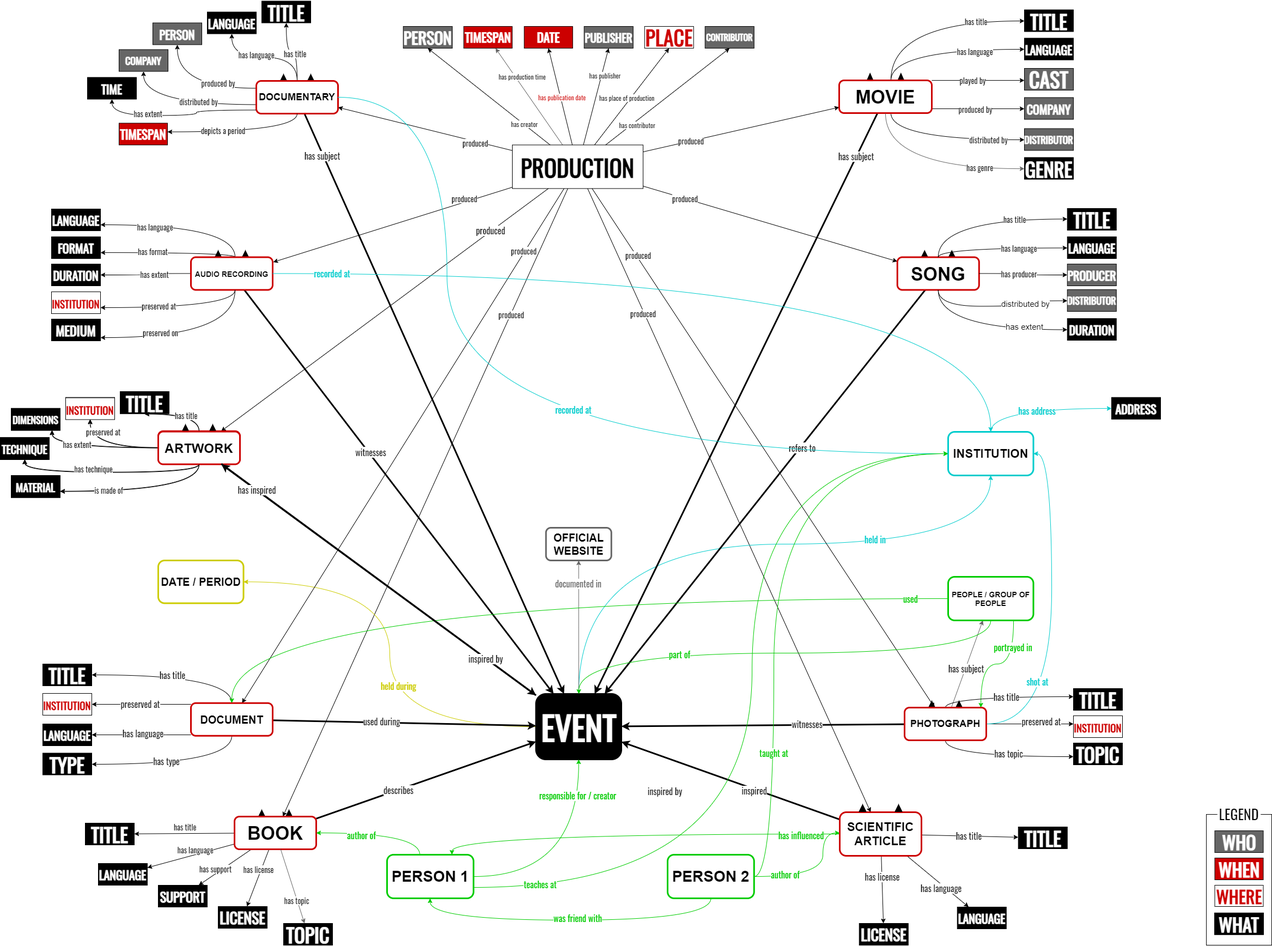
Before: assets/img/lucifer/SPE_Theoretical_Model_2.png, a diagram exported from draw.io (lauratravaglini/spelod.github.io). Source tidied: cells renumbered, new cells last; positions are measured from the earlier drawing's top-left corner, leaving out a move shared by most shapes.
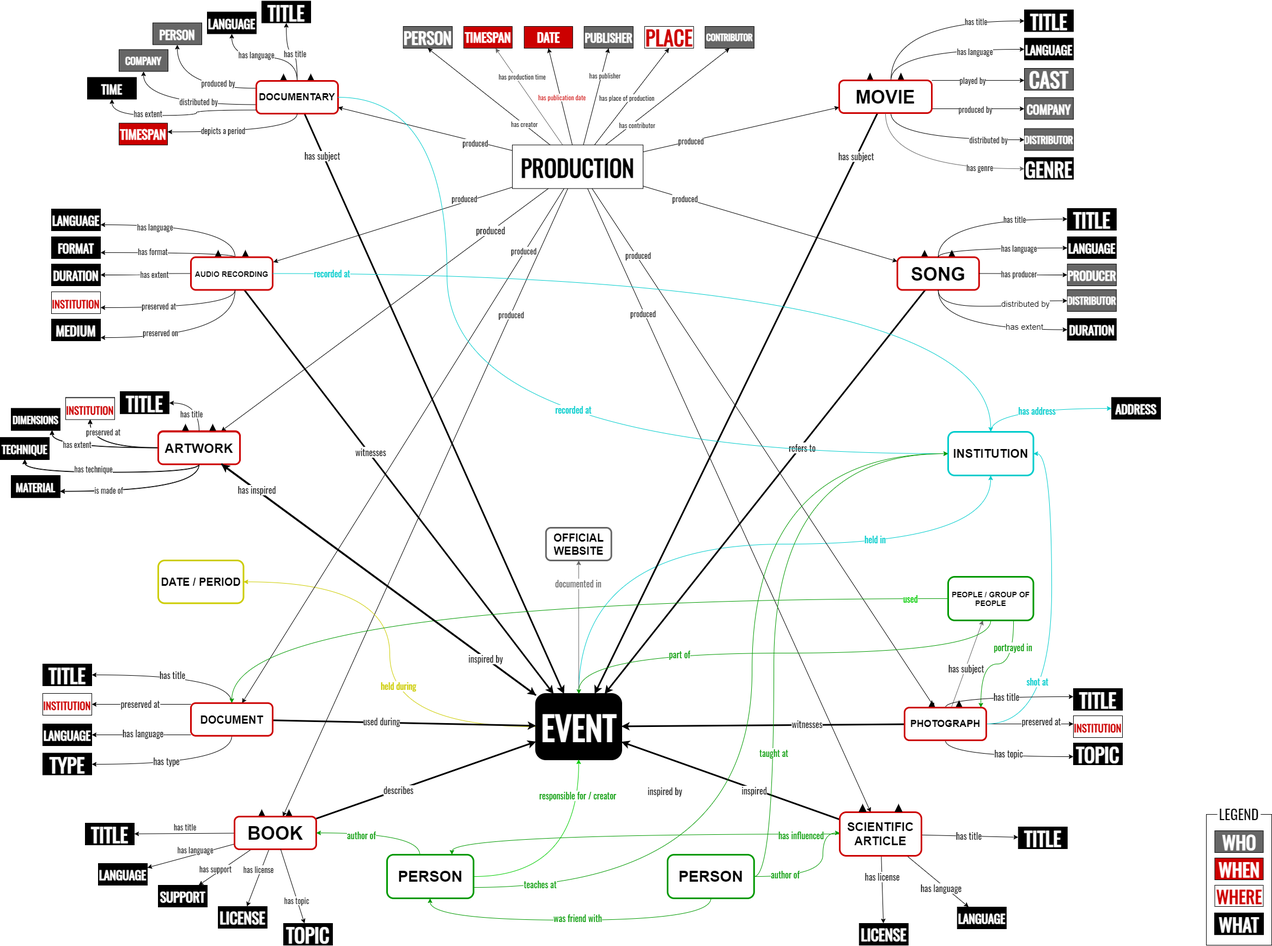
The same file after the commit.

Diff of the diagram source:
```diff
@@ -457,18 +457,6 @@
     <mxCell id="107" value="&lt;font style=&quot;font-size: 36px&quot;&gt;TITLE&lt;/font&gt;" style="rounded=0;whiteSpace=wrap;html=1;sketch=0;fontSize=36;fillStyle=auto;fontStyle=1;fontColor=#FFFFFF;fillColor=#000000;fontFamily=Oswald;fontSource=https%3A%2F%2Ffonts.googleapis.com%2Fcss%3Ffamily%3DOswald;" parent="1" vertex="1">
       <mxGeometry x="220" y="716" width="90" height="40" as="geometry" />
     </mxCell>
-    <mxCell id="108" style="edgeStyle=orthogonalEdgeStyle;rounded=0;jettySize=auto;html=1;fontSize=20;fontColor=#000000;curved=1;" parent="1" edge="1" source="189" target="107">
-      <mxGeometry relative="1" as="geometry">
-        <Array as="points">
-          <mxPoint x="365" y="756.8" />
-        </Array>
-      </mxGeometry>
-    </mxCell>
-    <mxCell id="109" value="has title" style="edgeLabel;html=1;align=center;verticalAlign=middle;fontSize=14;fontColor=#000000;fontFamily=Oswald;" parent="108" vertex="1">
-      <mxGeometry x="-0.18" y="1" relative="1" as="geometry">
-        <mxPoint x="-2" y="1" as="offset" />
-      </mxGeometry>
-    </mxCell>
     <mxCell id="110" value="&lt;font style=&quot;font-size: 19px;&quot;&gt;INSTITUTION&lt;/font&gt;" style="rounded=0;whiteSpace=wrap;html=1;sketch=0;fontSize=22;fillStyle=auto;fontStyle=1;fontColor=#CC0000;fillColor=#FFFFFF;fontFamily=Oswald;fontSource=https%3A%2F%2Ffonts.googleapis.com%2Fcss%3Ffamily%3DOswald;" parent="1" vertex="1">
       <mxGeometry x="1970" y="1311" width="90" height="40" as="geometry" />
     </mxCell>
@@ -919,13 +907,13 @@
     <mxCell id="219" style="edgeStyle=orthogonalEdgeStyle;rounded=0;jettySize=auto;html=1;fontSize=20;fontColor=#000000;curved=1;" parent="1" edge="1" source="225" target="218">
       <mxGeometry relative="1" as="geometry">
         <Array as="points">
-          <mxPoint x="365" y="757.5" />
+          <mxPoint x="365" y="737" />
         </Array>
       </mxGeometry>
     </mxCell>
     <mxCell id="220" value="has title" style="edgeLabel;html=1;align=center;verticalAlign=middle;fontSize=14;fontColor=#000000;fontFamily=Oswald;" parent="219" vertex="1">
       <mxGeometry x="-0.18" y="1" relative="1" as="geometry">
-        <mxPoint x="-2" y="1" as="offset" />
+        <mxPoint x="-14" y="11" as="offset" />
       </mxGeometry>
     </mxCell>
     <mxCell id="221" value="&lt;font style=&quot;font-size: 34px;&quot;&gt;WHAT&lt;/font&gt;" style="rounded=0;whiteSpace=wrap;html=1;sketch=0;fontSize=34;fillStyle=auto;fontStyle=1;fontColor=#FFFFFF;fillColor=#000000;fontFamily=Oswald;fontSource=https%3A%2F%2Ffonts.googleapis.com%2Fcss%3Ffamily%3DOswald;" parent="1" vertex="1">
@@ -958,7 +946,7 @@
         <mxPoint x="26" y="-4" as="offset" />
       </mxGeometry>
     </mxCell>
-    <mxCell id="229" style="edgeStyle=orthogonalEdgeStyle;curved=1;rounded=0;jettySize=auto;html=1;fontSize=28;fontColor=#00CC00;strokeWidth=1;strokeColor=#00cc00;" parent="1" edge="1" source="233" target="204">
+    <mxCell id="229" style="edgeStyle=orthogonalEdgeStyle;curved=1;rounded=0;jettySize=auto;html=1;fontSize=28;fontColor=#00CC00;strokeWidth=1;strokeColor=#009900;" parent="1" edge="1" source="233" target="204">
       <mxGeometry relative="1" as="geometry" />
     </mxCell>
     <mxCell id="230" value="used" style="edgeLabel;html=1;align=center;verticalAlign=middle;fontSize=16;fontFamily=Oswald;fontColor=#00cc00;" parent="229" vertex="1">
@@ -966,7 +954,7 @@
         <mxPoint x="28" as="offset" />
       </mxGeometry>
     </mxCell>
-    <mxCell id="231" style="edgeStyle=orthogonalEdgeStyle;curved=1;rounded=0;jettySize=auto;html=1;fontSize=16;fontColor=#00cc00;strokeColor=#00cc00;strokeWidth=1;" parent="1" edge="1" source="233" target="40">
+    <mxCell id="231" style="edgeStyle=orthogonalEdgeStyle;curved=1;rounded=0;jettySize=auto;html=1;fontSize=16;fontColor=#00cc00;strokeWidth=1;strokeColor=#009900;" parent="1" edge="1" source="233" target="40">
       <mxGeometry relative="1" as="geometry">
         <Array as="points">
           <mxPoint x="1818" y="1196" />
@@ -974,23 +962,23 @@
         </Array>
       </mxGeometry>
     </mxCell>
-    <mxCell id="232" value="part of" style="edgeLabel;html=1;align=center;verticalAlign=middle;fontSize=16;fontColor=#00cc00;fontFamily=Oswald;" parent="231" vertex="1">
+    <mxCell id="232" value="part of" style="edgeLabel;html=1;align=center;verticalAlign=middle;fontSize=16;fontFamily=Oswald;fontColor=#009900;" parent="231" vertex="1">
       <mxGeometry x="0.42" y="2" relative="1" as="geometry">
         <mxPoint x="1" as="offset" />
       </mxGeometry>
     </mxCell>
-    <mxCell id="233" value="&lt;b&gt;&lt;font style=&quot;font-size: 14px&quot;&gt;PEOPLE / GROUP OF PEOPLE&lt;/font&gt;&lt;/b&gt;" style="rounded=1;whiteSpace=wrap;html=1;strokeWidth=3;fillColor=#FFFFFF;strokeColor=#00CC00;" parent="1" vertex="1">
+    <mxCell id="233" value="&lt;b&gt;&lt;font style=&quot;font-size: 14px&quot;&gt;PEOPLE / GROUP OF PEOPLE&lt;/font&gt;&lt;/b&gt;" style="rounded=1;whiteSpace=wrap;html=1;strokeWidth=3;fillColor=#FFFFFF;strokeColor=#009900;" parent="1" vertex="1">
       <mxGeometry x="1740" y="1056" width="156.5" height="80" as="geometry" />
     </mxCell>
     <mxCell id="234" style="edgeStyle=orthogonalEdgeStyle;curved=1;rounded=0;jettySize=auto;html=1;fontSize=24;strokeWidth=1;fontColor=#00CC00;strokeColor=#00CC00;" parent="1" edge="1" source="242" target="40">
       <mxGeometry relative="1" as="geometry" />
     </mxCell>
-    <mxCell id="235" value="responsible for / creator" style="edgeLabel;html=1;align=center;verticalAlign=middle;fontSize=16;fontColor=#00cc00;fontFamily=Oswald;" parent="234" vertex="1">
+    <mxCell id="235" value="responsible for / creator" style="edgeLabel;html=1;align=center;verticalAlign=middle;fontSize=16;fontFamily=Oswald;fontColor=#009900;" parent="234" vertex="1">
       <mxGeometry x="0.2" y="-3" relative="1" as="geometry">
         <mxPoint x="-5" y="-96" as="offset" />
       </mxGeometry>
     </mxCell>
-    <mxCell id="236" style="edgeStyle=orthogonalEdgeStyle;curved=1;rounded=0;jettySize=auto;html=1;fontSize=24;fontColor=#00CC00;strokeColor=#00CC00;strokeWidth=1;" parent="1" edge="1" source="242" target="246">
+    <mxCell id="236" style="edgeStyle=orthogonalEdgeStyle;curved=1;rounded=0;jettySize=auto;html=1;fontSize=24;fontColor=#00CC00;strokeWidth=1;strokeColor=#009900;" parent="1" edge="1" source="242" target="246">
       <mxGeometry relative="1" as="geometry">
         <Array as="points">
           <mxPoint x="1380" y="1626" />
@@ -998,22 +986,22 @@
         </Array>
       </mxGeometry>
     </mxCell>
-    <mxCell id="237" value="teaches at" style="edgeLabel;html=1;align=center;verticalAlign=middle;fontSize=16;fontColor=#00cc00;fontFamily=Oswald;" parent="236" vertex="1">
+    <mxCell id="237" value="teaches at" style="edgeLabel;html=1;align=center;verticalAlign=middle;fontSize=16;fontFamily=Oswald;fontColor=#009900;" parent="236" vertex="1">
       <mxGeometry x="-0.81" y="28" relative="1" as="geometry">
         <mxPoint x="-37" y="22" as="offset" />
       </mxGeometry>
     </mxCell>
-    <mxCell id="238" style="edgeStyle=orthogonalEdgeStyle;curved=1;rounded=0;jettySize=auto;html=1;fontSize=24;fontColor=#00CC00;strokeColor=#00CC00;strokeWidth=1;" parent="1" edge="1" source="242" target="208">
+    <mxCell id="238" style="edgeStyle=orthogonalEdgeStyle;curved=1;rounded=0;jettySize=auto;html=1;fontSize=24;fontColor=#00CC00;strokeWidth=1;strokeColor=#009900;" parent="1" edge="1" source="242" target="208">
       <mxGeometry relative="1" as="geometry">
         <Array as="points">
           <mxPoint x="770" y="1526" />
         </Array>
       </mxGeometry>
     </mxCell>
-    <mxCell id="239" value="author of" style="edgeLabel;html=1;align=center;verticalAlign=middle;fontSize=16;fontColor=#00cc00;fontFamily=Oswald;" parent="238" vertex="1">
+    <mxCell id="239" value="author of" style="edgeLabel;html=1;align=center;verticalAlign=middle;fontSize=16;fontFamily=Oswald;fontColor=#009900;" parent="238" vertex="1">
       <mxGeometry x="0.29" y="4" relative="1" as="geometry" />
     </mxCell>
-    <mxCell id="240" style="edgeStyle=orthogonalEdgeStyle;curved=1;rounded=0;jettySize=auto;html=1;fontSize=16;fontColor=#00CCcc;strokeColor=#00CC00;strokeWidth=1;" parent="1" edge="1" source="262" target="242">
+    <mxCell id="240" style="edgeStyle=orthogonalEdgeStyle;curved=1;rounded=0;jettySize=auto;html=1;fontSize=16;fontColor=#00CCcc;strokeWidth=1;strokeColor=#009900;" parent="1" edge="1" source="262" target="242">
       <mxGeometry relative="1" as="geometry">
         <Array as="points">
           <mxPoint x="1304" y="1686" />
@@ -1021,12 +1009,12 @@
         </Array>
       </mxGeometry>
     </mxCell>
-    <mxCell id="241" value="was friend with" style="edgeLabel;html=1;align=center;verticalAlign=middle;fontSize=16;fontColor=#00cc00;fontFamily=Oswald;" parent="240" vertex="1">
+    <mxCell id="241" value="was friend with" style="edgeLabel;html=1;align=center;verticalAlign=middle;fontSize=16;fontFamily=Oswald;fontColor=#009900;" parent="240" vertex="1">
       <mxGeometry x="0.1" relative="1" as="geometry">
         <mxPoint x="42" y="-4" as="offset" />
       </mxGeometry>
     </mxCell>
-    <mxCell id="242" value="PERSON 1" style="rounded=1;whiteSpace=wrap;html=1;strokeWidth=3;fillColor=#FFFFFF;fontStyle=1;fontSize=28;strokeColor=#00CC00;" parent="1" vertex="1">
+    <mxCell id="242" value="PERSON" style="rounded=1;whiteSpace=wrap;html=1;strokeWidth=3;fillColor=#FFFFFF;fontStyle=1;fontSize=28;strokeColor=#009900;" parent="1" vertex="1">
       <mxGeometry x="710" y="1566" width="158.8" height="80" as="geometry" />
     </mxCell>
     <mxCell id="243" value="DATE / PERIOD" style="rounded=1;whiteSpace=wrap;html=1;strokeWidth=3;fillColor=#FFFFFF;strokeColor=#CCCC00;fontStyle=1;fontSize=20;" parent="1" vertex="1">
@@ -1054,10 +1042,10 @@
     <mxCell id="249" value="&lt;font style=&quot;font-size: 22px&quot;&gt;ADDRESS&lt;/font&gt;" style="rounded=0;whiteSpace=wrap;html=1;sketch=0;fontSize=22;fillStyle=auto;fontStyle=1;fontColor=#FFFFFF;fillColor=#000000;fontFamily=Oswald;fontSource=https%3A%2F%2Ffonts.googleapis.com%2Fcss%3Ffamily%3DOswald;" parent="1" vertex="1">
       <mxGeometry x="2040" y="726.8" width="90" height="40" as="geometry" />
     </mxCell>
-    <mxCell id="250" style="edgeStyle=orthogonalEdgeStyle;curved=1;rounded=0;jettySize=auto;html=1;fontSize=16;fontColor=#00CC00;strokeColor=#00CC00;strokeWidth=1;entryX=0.75;entryY=0;entryDx=0;entryDy=0;" parent="1" edge="1" source="282" target="242">
+    <mxCell id="250" style="edgeStyle=orthogonalEdgeStyle;curved=1;rounded=0;jettySize=auto;html=1;fontSize=16;fontColor=#00CC00;strokeWidth=1;entryX=0.75;entryY=0;entryDx=0;entryDy=0;strokeColor=#009900;" parent="1" edge="1" source="282" target="242">
       <mxGeometry relative="1" as="geometry" />
     </mxCell>
-    <mxCell id="251" value="has influenced" style="edgeLabel;html=1;align=center;verticalAlign=middle;fontSize=16;fontColor=#00cc00;fontFamily=Oswald;" parent="250" vertex="1">
+    <mxCell id="251" value="has influenced" style="edgeLabel;html=1;align=center;verticalAlign=middle;fontSize=16;fontFamily=Oswald;fontColor=#009900;" parent="250" vertex="1">
       <mxGeometry x="-0.66" y="1" relative="1" as="geometry">
         <mxPoint x="58" y="1" as="offset" />
       </mxGeometry>
@@ -1092,7 +1080,7 @@
     <mxCell id="257" value="recorded at" style="edgeLabel;html=1;align=center;verticalAlign=middle;fontSize=16;fontColor=#00CCcc;fontFamily=Oswald;" parent="256" vertex="1">
       <mxGeometry x="0.22" y="81" relative="1" as="geometry" />
     </mxCell>
-    <mxCell id="258" style="edgeStyle=orthogonalEdgeStyle;curved=1;rounded=0;jettySize=auto;html=1;entryX=0;entryY=0.5;entryDx=0;entryDy=0;fontSize=16;fontColor=#00CCcc;strokeWidth=1;strokeColor=#00CC00;" parent="1" edge="1" source="262" target="246">
+    <mxCell id="258" style="edgeStyle=orthogonalEdgeStyle;curved=1;rounded=0;jettySize=auto;html=1;entryX=0;entryY=0.5;entryDx=0;entryDy=0;fontSize=16;fontColor=#00CCcc;strokeWidth=1;strokeColor=#009900;" parent="1" edge="1" source="262" target="246">
       <mxGeometry relative="1" as="geometry">
         <Array as="points">
           <mxPoint x="1420" y="1606" />
@@ -1100,10 +1088,10 @@
         </Array>
       </mxGeometry>
     </mxCell>
-    <mxCell id="259" value="taught at" style="edgeLabel;html=1;align=center;verticalAlign=middle;fontSize=16;fontColor=#00cc00;fontFamily=Oswald;" parent="258" vertex="1">
+    <mxCell id="259" value="taught at" style="edgeLabel;html=1;align=center;verticalAlign=middle;fontSize=16;fontFamily=Oswald;fontColor=#009900;" parent="258" vertex="1">
       <mxGeometry x="-0.54" y="1" relative="1" as="geometry" />
     </mxCell>
-    <mxCell id="260" style="edgeStyle=orthogonalEdgeStyle;curved=1;rounded=0;jettySize=auto;html=1;fontSize=16;fontColor=#00CCcc;strokeColor=#00CC00;strokeWidth=1;" parent="1" edge="1" source="262" target="282">
+    <mxCell id="260" style="edgeStyle=orthogonalEdgeStyle;curved=1;rounded=0;jettySize=auto;html=1;fontSize=16;fontColor=#00CCcc;strokeWidth=1;strokeColor=#009900;" parent="1" edge="1" source="262" target="282">
       <mxGeometry relative="1" as="geometry">
         <Array as="points">
           <mxPoint x="1510" y="1606" />
@@ -1111,15 +1099,15 @@
         </Array>
       </mxGeometry>
     </mxCell>
-    <mxCell id="261" value="author of" style="edgeLabel;html=1;align=center;verticalAlign=middle;fontSize=16;fontColor=#00cc00;fontFamily=Oswald;" parent="260" vertex="1">
+    <mxCell id="261" value="author of" style="edgeLabel;html=1;align=center;verticalAlign=middle;fontSize=16;fontFamily=Oswald;fontColor=#009900;" parent="260" vertex="1">
       <mxGeometry x="-0.68" y="4" relative="1" as="geometry">
         <mxPoint x="19" as="offset" />
       </mxGeometry>
     </mxCell>
-    <mxCell id="262" value="PERSON 2" style="rounded=1;whiteSpace=wrap;html=1;strokeWidth=3;fillColor=#FFFFFF;fontStyle=1;fontSize=28;strokeColor=#00CC00;" parent="1" vertex="1">
+    <mxCell id="262" value="PERSON" style="rounded=1;whiteSpace=wrap;html=1;strokeWidth=3;fillColor=#FFFFFF;fontStyle=1;fontSize=28;strokeColor=#009900;" parent="1" vertex="1">
       <mxGeometry x="1225" y="1566" width="158.8" height="80" as="geometry" />
     </mxCell>
-    <mxCell id="263" style="edgeStyle=orthogonalEdgeStyle;curved=1;rounded=0;jettySize=auto;html=1;fontSize=16;fontColor=#00CCcc;strokeColor=#00CC00;strokeWidth=1;" parent="1" edge="1" source="233" target="277">
+    <mxCell id="263" style="edgeStyle=orthogonalEdgeStyle;curved=1;rounded=0;jettySize=auto;html=1;fontSize=16;fontColor=#00CCcc;strokeWidth=1;strokeColor=#009900;" parent="1" edge="1" source="233" target="277">
       <mxGeometry relative="1" as="geometry">
         <Array as="points">
           <mxPoint x="1860" y="1216" />
@@ -1127,7 +1115,7 @@
         </Array>
       </mxGeometry>
     </mxCell>
-    <mxCell id="264" value="portrayed in" style="edgeLabel;html=1;align=center;verticalAlign=middle;fontSize=16;fontColor=#00cc00;fontFamily=Oswald;" parent="263" vertex="1">
+    <mxCell id="264" value="portrayed in" style="edgeLabel;html=1;align=center;verticalAlign=middle;fontSize=16;fontFamily=Oswald;fontColor=#009900;" parent="263" vertex="1">
       <mxGeometry x="-0.54" y="-2" relative="1" as="geometry">
         <mxPoint y="-1" as="offset" />
       </mxGeometry>
@@ -1231,7 +1219,7 @@
     <mxCell id="289" value="&lt;font style=&quot;font-size: 36px&quot;&gt;TOPIC&lt;/font&gt;" style="rounded=0;whiteSpace=wrap;html=1;sketch=0;fontSize=36;fillStyle=auto;fontStyle=1;fontColor=#FFFFFF;fillColor=#000000;fontFamily=Oswald;fontSource=https%3A%2F%2Ffonts.googleapis.com%2Fcss%3Ffamily%3DOswald;" parent="1" vertex="1">
       <mxGeometry x="520" y="1692" width="90" height="40" as="geometry" />
     </mxCell>
-    <mxCell id="290" style="rounded=0;jettySize=auto;html=1;fontSize=16;fontColor=#CCCC00;strokeColor=#666;strokeWidth=1;" parent="1" edge="1" source="208" target="289">
+    <mxCell id="290" style="rounded=0;jettySize=auto;html=1;fontSize=16;fontColor=#CCCC00;strokeWidth=1;strokeColor=#000;" parent="1" edge="1" source="208" target="289">
       <mxGeometry relative="1" as="geometry" />
     </mxCell>
     <mxCell id="291" value="has topic" style="edgeLabel;html=1;align=center;verticalAlign=middle;fontSize=14;fontColor=#000000;fontFamily=Oswald;" parent="290" vertex="1">
```
